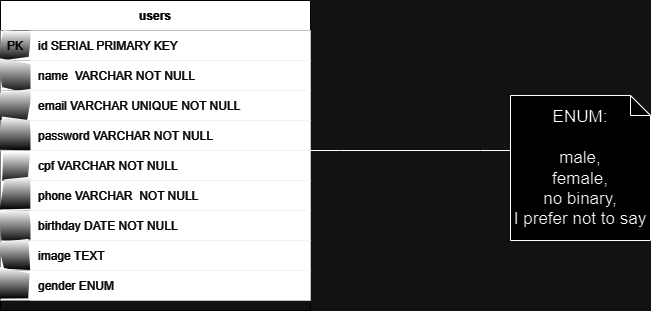
AquiDev-com/teste-full-stack keeps this draw.io diagram as Backend/punkBeer.png. Above is the earlier version. Source tidied: cells renumbered, new cells last; positions are measured from the earlier drawing's top-left corner, leaving out a move shared by most shapes. The source it was exported from:
```xml
<mxGraphModel>
  <root>
    <mxCell id="0" />
    <mxCell id="1" parent="0" />
    <mxCell id="2" value="users" style="shape=table;startSize=30;rowLines=0;fontStyle=1;align=center;fontColor=#FFFFFF;fillColor=#000000;labelBackgroundColor=none;strokeColor=#FFFFFF;rounded=0;strokeWidth=1;swimlaneLine=1;" parent="1" vertex="1">
      <mxGeometry width="310" height="310" as="geometry" />
    </mxCell>
    <mxCell id="3" style="shape=tableRow;horizontal=0;startSize=0;swimlaneHead=0;swimlaneBody=0;fillColor=#000000;top=0;left=0;right=0;bottom=0;fontColor=#FFFFFF;labelBackgroundColor=none;strokeColor=#FFFFFF;" parent="2" vertex="1">
      <mxGeometry y="30" width="310" height="30" as="geometry" />
    </mxCell>
    <mxCell id="4" value="PK" style="shape=partialRectangle;fillColor=#000000;top=0;left=0;bottom=0;right=0;overflow=hidden;fontColor=#FFFFFF;labelBackgroundColor=none;strokeColor=#FFFFFF;strokeWidth=1;perimeterSpacing=1;shadow=0;sketch=1;curveFitting=1;jiggle=2;gradientColor=#FFFFFF;" parent="3" vertex="1">
      <mxGeometry width="30" height="30" as="geometry" />
    </mxCell>
    <mxCell id="5" value="id SERIAL PRIMARY KEY" style="shape=partialRectangle;fillColor=#000000;top=0;left=0;bottom=0;right=0;align=left;spacingLeft=6;overflow=hidden;fontColor=#FFFFFF;labelBackgroundColor=none;strokeColor=#FFFFFF;" parent="3" vertex="1">
      <mxGeometry x="30" width="280" height="30" as="geometry" />
    </mxCell>
    <mxCell id="6" style="shape=tableRow;horizontal=0;startSize=0;swimlaneHead=0;swimlaneBody=0;fillColor=#000000;top=0;left=0;right=0;bottom=0;fontColor=#FFFFFF;labelBackgroundColor=none;strokeColor=#FFFFFF;" parent="2" vertex="1">
      <mxGeometry y="60" width="310" height="30" as="geometry" />
    </mxCell>
    <mxCell id="7" style="shape=partialRectangle;fillColor=#000000;top=0;left=0;bottom=0;right=0;overflow=hidden;fontColor=#FFFFFF;labelBackgroundColor=none;strokeColor=#FFFFFF;strokeWidth=1;perimeterSpacing=1;shadow=0;sketch=1;curveFitting=1;jiggle=2;gradientColor=#FFFFFF;" parent="6" vertex="1">
      <mxGeometry width="30" height="30" as="geometry" />
    </mxCell>
    <mxCell id="8" value="name  VARCHAR NOT NULL" style="shape=partialRectangle;fillColor=#000000;top=0;left=0;bottom=0;right=0;align=left;spacingLeft=6;overflow=hidden;fontColor=#FFFFFF;labelBackgroundColor=none;strokeColor=#FFFFFF;" parent="6" vertex="1">
      <mxGeometry x="30" width="280" height="30" as="geometry" />
    </mxCell>
    <mxCell id="9" style="shape=tableRow;horizontal=0;startSize=0;swimlaneHead=0;swimlaneBody=0;fillColor=#000000;top=0;left=0;right=0;bottom=0;fontColor=#FFFFFF;labelBackgroundColor=none;strokeColor=#FFFFFF;" parent="2" vertex="1">
      <mxGeometry y="90" width="310" height="30" as="geometry" />
    </mxCell>
    <mxCell id="10" style="shape=partialRectangle;fillColor=#000000;top=0;left=0;bottom=0;right=0;overflow=hidden;fontColor=#FFFFFF;labelBackgroundColor=none;strokeColor=#FFFFFF;strokeWidth=1;perimeterSpacing=1;shadow=0;sketch=1;curveFitting=1;jiggle=2;gradientColor=#FFFFFF;" parent="9" vertex="1">
      <mxGeometry width="30" height="30" as="geometry" />
    </mxCell>
    <mxCell id="11" value="email VARCHAR UNIQUE NOT NULL" style="shape=partialRectangle;fillColor=#000000;top=0;left=0;bottom=0;right=0;align=left;spacingLeft=6;overflow=hidden;fontColor=#FFFFFF;labelBackgroundColor=none;strokeColor=#FFFFFF;" parent="9" vertex="1">
      <mxGeometry x="30" width="280" height="30" as="geometry" />
    </mxCell>
    <mxCell id="12" style="shape=tableRow;horizontal=0;startSize=0;swimlaneHead=0;swimlaneBody=0;fillColor=#000000;top=0;left=0;right=0;bottom=0;fontColor=#FFFFFF;labelBackgroundColor=none;strokeColor=#FFFFFF;" parent="2" vertex="1">
      <mxGeometry y="120" width="310" height="30" as="geometry" />
    </mxCell>
    <mxCell id="13" style="shape=partialRectangle;fillColor=#000000;top=0;left=0;bottom=0;right=0;overflow=hidden;fontColor=#FFFFFF;labelBackgroundColor=none;strokeColor=#FFFFFF;strokeWidth=1;perimeterSpacing=1;shadow=0;sketch=1;curveFitting=1;jiggle=2;gradientColor=#FFFFFF;" parent="12" vertex="1">
      <mxGeometry width="30" height="30" as="geometry" />
    </mxCell>
    <mxCell id="14" value="password VARCHAR NOT NULL" style="shape=partialRectangle;fillColor=#000000;top=0;left=0;bottom=0;right=0;align=left;spacingLeft=6;overflow=hidden;fontColor=#FFFFFF;labelBackgroundColor=none;strokeColor=#FFFFFF;" parent="12" vertex="1">
      <mxGeometry x="30" width="280" height="30" as="geometry" />
    </mxCell>
    <mxCell id="15" style="shape=tableRow;horizontal=0;startSize=0;swimlaneHead=0;swimlaneBody=0;fillColor=#000000;top=0;left=0;right=0;bottom=0;fontColor=#FFFFFF;labelBackgroundColor=none;strokeColor=#FFFFFF;" parent="2" vertex="1">
      <mxGeometry y="150" width="310" height="30" as="geometry" />
    </mxCell>
    <mxCell id="16" style="shape=partialRectangle;fillColor=#000000;top=0;left=0;bottom=0;right=0;overflow=hidden;fontColor=#FFFFFF;labelBackgroundColor=none;strokeColor=#FFFFFF;strokeWidth=1;perimeterSpacing=1;shadow=0;sketch=1;curveFitting=1;jiggle=2;gradientColor=#FFFFFF;" parent="15" vertex="1">
      <mxGeometry width="30" height="30" as="geometry" />
    </mxCell>
    <mxCell id="17" value="cpf VARCHAR NOT NULL" style="shape=partialRectangle;fillColor=#000000;top=0;left=0;bottom=0;right=0;align=left;spacingLeft=6;overflow=hidden;fontColor=#FFFFFF;labelBackgroundColor=none;strokeColor=#FFFFFF;" parent="15" vertex="1">
      <mxGeometry x="30" width="280" height="30" as="geometry" />
    </mxCell>
    <mxCell id="18" style="shape=tableRow;horizontal=0;startSize=0;swimlaneHead=0;swimlaneBody=0;fillColor=#000000;top=0;left=0;right=0;bottom=0;fontColor=#FFFFFF;labelBackgroundColor=none;strokeColor=#FFFFFF;" parent="2" vertex="1">
      <mxGeometry y="180" width="310" height="30" as="geometry" />
    </mxCell>
    <mxCell id="19" style="shape=partialRectangle;fillColor=#000000;top=0;left=0;bottom=0;right=0;overflow=hidden;fontColor=#FFFFFF;labelBackgroundColor=none;strokeColor=#FFFFFF;strokeWidth=1;perimeterSpacing=1;shadow=0;sketch=1;curveFitting=1;jiggle=2;gradientColor=#FFFFFF;" parent="18" vertex="1">
      <mxGeometry width="30" height="30" as="geometry" />
    </mxCell>
    <mxCell id="20" value="phone VARCHAR  NOT NULL" style="shape=partialRectangle;fillColor=#000000;top=0;left=0;bottom=0;right=0;align=left;spacingLeft=6;overflow=hidden;fontColor=#FFFFFF;labelBackgroundColor=none;strokeColor=#FFFFFF;" parent="18" vertex="1">
      <mxGeometry x="30" width="280" height="30" as="geometry" />
    </mxCell>
    <mxCell id="21" style="shape=tableRow;horizontal=0;startSize=0;swimlaneHead=0;swimlaneBody=0;fillColor=#000000;top=0;left=0;right=0;bottom=0;fontColor=#FFFFFF;labelBackgroundColor=none;strokeColor=#FFFFFF;" parent="2" vertex="1">
      <mxGeometry y="210" width="310" height="30" as="geometry" />
    </mxCell>
    <mxCell id="22" style="shape=partialRectangle;fillColor=#000000;top=0;left=0;bottom=0;right=0;overflow=hidden;fontColor=#FFFFFF;labelBackgroundColor=none;strokeColor=#FFFFFF;strokeWidth=1;perimeterSpacing=1;shadow=0;sketch=1;curveFitting=1;jiggle=2;gradientColor=#FFFFFF;" parent="21" vertex="1">
      <mxGeometry width="30" height="30" as="geometry" />
    </mxCell>
    <mxCell id="23" value="birthday DATE NOT NULL" style="shape=partialRectangle;fillColor=#000000;top=0;left=0;bottom=0;right=0;align=left;spacingLeft=6;overflow=hidden;fontColor=#FFFFFF;labelBackgroundColor=none;strokeColor=#FFFFFF;" parent="21" vertex="1">
      <mxGeometry x="30" width="280" height="30" as="geometry" />
    </mxCell>
    <mxCell id="24" style="shape=tableRow;horizontal=0;startSize=0;swimlaneHead=0;swimlaneBody=0;fillColor=#000000;top=0;left=0;right=0;bottom=0;fontColor=#FFFFFF;labelBackgroundColor=none;strokeColor=#FFFFFF;" parent="2" vertex="1">
      <mxGeometry y="240" width="310" height="30" as="geometry" />
    </mxCell>
    <mxCell id="25" style="shape=partialRectangle;fillColor=#000000;top=0;left=0;bottom=0;right=0;overflow=hidden;fontColor=#FFFFFF;labelBackgroundColor=none;strokeColor=#FFFFFF;strokeWidth=1;perimeterSpacing=1;shadow=0;sketch=1;curveFitting=1;jiggle=2;gradientColor=#FFFFFF;" parent="24" vertex="1">
      <mxGeometry width="30" height="30" as="geometry" />
    </mxCell>
    <mxCell id="26" value="image TEXT" style="shape=partialRectangle;fillColor=#000000;top=0;left=0;bottom=0;right=0;align=left;spacingLeft=6;overflow=hidden;fontColor=#FFFFFF;labelBackgroundColor=none;strokeColor=#FFFFFF;" parent="24" vertex="1">
      <mxGeometry x="30" width="280" height="30" as="geometry" />
    </mxCell>
    <mxCell id="27" style="shape=tableRow;horizontal=0;startSize=0;swimlaneHead=0;swimlaneBody=0;fillColor=#000000;top=0;left=0;right=0;bottom=0;fontColor=#FFFFFF;labelBackgroundColor=none;strokeColor=#FFFFFF;" parent="2" vertex="1">
      <mxGeometry y="270" width="310" height="30" as="geometry" />
    </mxCell>
    <mxCell id="28" style="shape=partialRectangle;fillColor=#000000;top=0;left=0;bottom=0;right=0;overflow=hidden;fontColor=#FFFFFF;labelBackgroundColor=none;strokeColor=#FFFFFF;strokeWidth=1;perimeterSpacing=1;shadow=0;sketch=1;curveFitting=1;jiggle=2;gradientColor=#FFFFFF;" parent="27" vertex="1">
      <mxGeometry width="30" height="30" as="geometry" />
    </mxCell>
    <mxCell id="29" value="gender ENUM" style="shape=partialRectangle;fillColor=#000000;top=0;left=0;bottom=0;right=0;align=left;spacingLeft=6;overflow=hidden;fontColor=#FFFFFF;labelBackgroundColor=none;strokeColor=#FFFFFF;" parent="27" vertex="1">
      <mxGeometry x="30" width="280" height="30" as="geometry" />
    </mxCell>
    <mxCell id="30" value="&lt;font style=&quot;font-size: 17px;&quot;&gt;ENUM:&lt;br&gt;&lt;br&gt;male,&lt;br&gt;female,&lt;br&gt;no binary,&lt;br&gt;I prefer not to say&lt;/font&gt;" style="shape=note;size=20;whiteSpace=wrap;html=1;" parent="1" vertex="1">
      <mxGeometry x="510" y="95" width="140" height="145" as="geometry" />
    </mxCell>
    <mxCell id="31" style="edgeStyle=entityRelationEdgeStyle;fontSize=12;html=1;endArrow=none;endFill=0;rounded=0;" parent="1" edge="1">
      <mxGeometry relative="1" as="geometry">
        <mxPoint x="310" y="150" as="sourcePoint" />
        <mxPoint x="510" y="150" as="targetPoint" />
      </mxGeometry>
    </mxCell>
  </root>
</mxGraphModel>
```
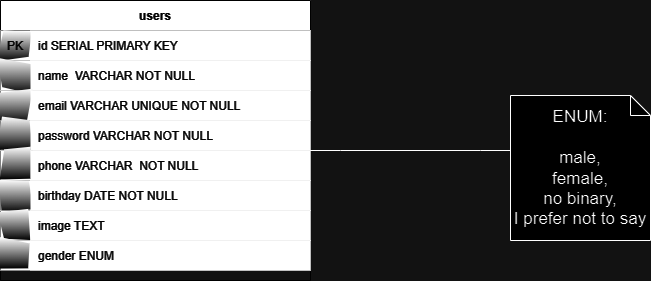
Later version of the same file.

Commit message:
refactor: redme of the application, removed cpf field from the user table.

Change to the diagram source:
```diff
@@ -3,7 +3,7 @@
     <mxCell id="0" />
     <mxCell id="1" parent="0" />
     <mxCell id="2" value="users" style="shape=table;startSize=30;rowLines=0;fontStyle=1;align=center;fontColor=#FFFFFF;fillColor=#000000;labelBackgroundColor=none;strokeColor=#FFFFFF;rounded=0;strokeWidth=1;swimlaneLine=1;" parent="1" vertex="1">
-      <mxGeometry width="310" height="310" as="geometry" />
+      <mxGeometry width="310" height="280" as="geometry" />
     </mxCell>
     <mxCell id="3" style="shape=tableRow;horizontal=0;startSize=0;swimlaneHead=0;swimlaneBody=0;fillColor=#000000;top=0;left=0;right=0;bottom=0;fontColor=#FFFFFF;labelBackgroundColor=none;strokeColor=#FFFFFF;" parent="2" vertex="1">
       <mxGeometry y="30" width="310" height="30" as="geometry" />
@@ -41,17 +41,8 @@
     <mxCell id="14" value="password VARCHAR NOT NULL" style="shape=partialRectangle;fillColor=#000000;top=0;left=0;bottom=0;right=0;align=left;spacingLeft=6;overflow=hidden;fontColor=#FFFFFF;labelBackgroundColor=none;strokeColor=#FFFFFF;" parent="12" vertex="1">
       <mxGeometry x="30" width="280" height="30" as="geometry" />
     </mxCell>
-    <mxCell id="15" style="shape=tableRow;horizontal=0;startSize=0;swimlaneHead=0;swimlaneBody=0;fillColor=#000000;top=0;left=0;right=0;bottom=0;fontColor=#FFFFFF;labelBackgroundColor=none;strokeColor=#FFFFFF;" parent="2" vertex="1">
-      <mxGeometry y="150" width="310" height="30" as="geometry" />
-    </mxCell>
-    <mxCell id="16" style="shape=partialRectangle;fillColor=#000000;top=0;left=0;bottom=0;right=0;overflow=hidden;fontColor=#FFFFFF;labelBackgroundColor=none;strokeColor=#FFFFFF;strokeWidth=1;perimeterSpacing=1;shadow=0;sketch=1;curveFitting=1;jiggle=2;gradientColor=#FFFFFF;" parent="15" vertex="1">
-      <mxGeometry width="30" height="30" as="geometry" />
-    </mxCell>
-    <mxCell id="17" value="cpf VARCHAR NOT NULL" style="shape=partialRectangle;fillColor=#000000;top=0;left=0;bottom=0;right=0;align=left;spacingLeft=6;overflow=hidden;fontColor=#FFFFFF;labelBackgroundColor=none;strokeColor=#FFFFFF;" parent="15" vertex="1">
-      <mxGeometry x="30" width="280" height="30" as="geometry" />
-    </mxCell>
     <mxCell id="18" style="shape=tableRow;horizontal=0;startSize=0;swimlaneHead=0;swimlaneBody=0;fillColor=#000000;top=0;left=0;right=0;bottom=0;fontColor=#FFFFFF;labelBackgroundColor=none;strokeColor=#FFFFFF;" parent="2" vertex="1">
-      <mxGeometry y="180" width="310" height="30" as="geometry" />
+      <mxGeometry y="150" width="310" height="30" as="geometry" />
     </mxCell>
     <mxCell id="19" style="shape=partialRectangle;fillColor=#000000;top=0;left=0;bottom=0;right=0;overflow=hidden;fontColor=#FFFFFF;labelBackgroundColor=none;strokeColor=#FFFFFF;strokeWidth=1;perimeterSpacing=1;shadow=0;sketch=1;curveFitting=1;jiggle=2;gradientColor=#FFFFFF;" parent="18" vertex="1">
       <mxGeometry width="30" height="30" as="geometry" />
@@ -60,7 +51,7 @@
       <mxGeometry x="30" width="280" height="30" as="geometry" />
     </mxCell>
     <mxCell id="21" style="shape=tableRow;horizontal=0;startSize=0;swimlaneHead=0;swimlaneBody=0;fillColor=#000000;top=0;left=0;right=0;bottom=0;fontColor=#FFFFFF;labelBackgroundColor=none;strokeColor=#FFFFFF;" parent="2" vertex="1">
-      <mxGeometry y="210" width="310" height="30" as="geometry" />
+      <mxGeometry y="180" width="310" height="30" as="geometry" />
     </mxCell>
     <mxCell id="22" style="shape=partialRectangle;fillColor=#000000;top=0;left=0;bottom=0;right=0;overflow=hidden;fontColor=#FFFFFF;labelBackgroundColor=none;strokeColor=#FFFFFF;strokeWidth=1;perimeterSpacing=1;shadow=0;sketch=1;curveFitting=1;jiggle=2;gradientColor=#FFFFFF;" parent="21" vertex="1">
       <mxGeometry width="30" height="30" as="geometry" />
@@ -69,7 +60,7 @@
       <mxGeometry x="30" width="280" height="30" as="geometry" />
     </mxCell>
     <mxCell id="24" style="shape=tableRow;horizontal=0;startSize=0;swimlaneHead=0;swimlaneBody=0;fillColor=#000000;top=0;left=0;right=0;bottom=0;fontColor=#FFFFFF;labelBackgroundColor=none;strokeColor=#FFFFFF;" parent="2" vertex="1">
-      <mxGeometry y="240" width="310" height="30" as="geometry" />
+      <mxGeometry y="210" width="310" height="30" as="geometry" />
     </mxCell>
     <mxCell id="25" style="shape=partialRectangle;fillColor=#000000;top=0;left=0;bottom=0;right=0;overflow=hidden;fontColor=#FFFFFF;labelBackgroundColor=none;strokeColor=#FFFFFF;strokeWidth=1;perimeterSpacing=1;shadow=0;sketch=1;curveFitting=1;jiggle=2;gradientColor=#FFFFFF;" parent="24" vertex="1">
       <mxGeometry width="30" height="30" as="geometry" />
@@ -78,7 +69,7 @@
       <mxGeometry x="30" width="280" height="30" as="geometry" />
     </mxCell>
     <mxCell id="27" style="shape=tableRow;horizontal=0;startSize=0;swimlaneHead=0;swimlaneBody=0;fillColor=#000000;top=0;left=0;right=0;bottom=0;fontColor=#FFFFFF;labelBackgroundColor=none;strokeColor=#FFFFFF;" parent="2" vertex="1">
-      <mxGeometry y="270" width="310" height="30" as="geometry" />
+      <mxGeometry y="240" width="310" height="30" as="geometry" />
     </mxCell>
     <mxCell id="28" style="shape=partialRectangle;fillColor=#000000;top=0;left=0;bottom=0;right=0;overflow=hidden;fontColor=#FFFFFF;labelBackgroundColor=none;strokeColor=#FFFFFF;strokeWidth=1;perimeterSpacing=1;shadow=0;sketch=1;curveFitting=1;jiggle=2;gradientColor=#FFFFFF;" parent="27" vertex="1">
       <mxGeometry width="30" height="30" as="geometry" />
```
